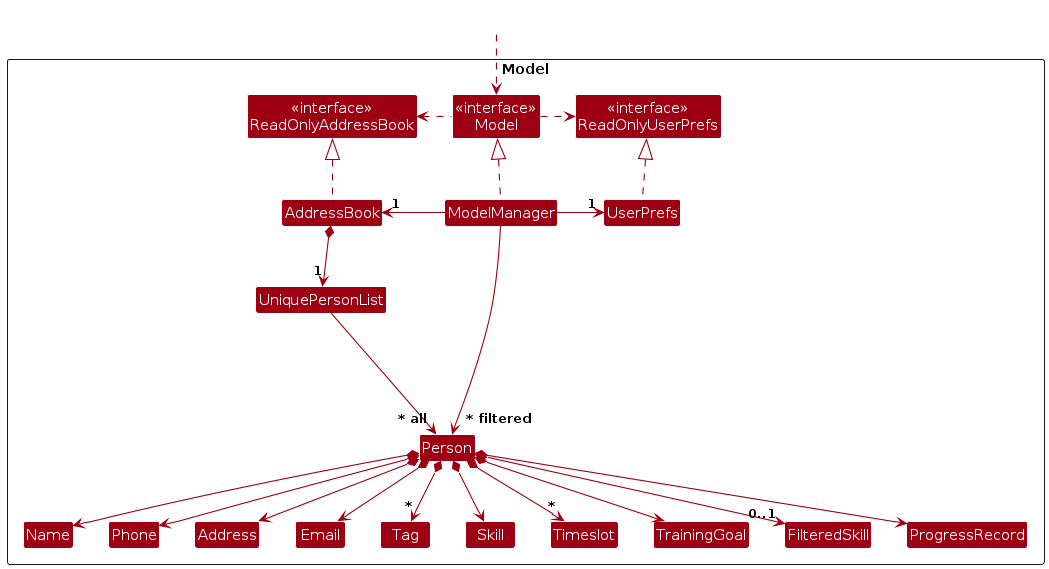
The PlantUML diagram diagrams/ModelClassDiagram.png in choppyback/tp, before a commit. Its source is kept beside it as diagrams/ModelClassDiagram.puml.
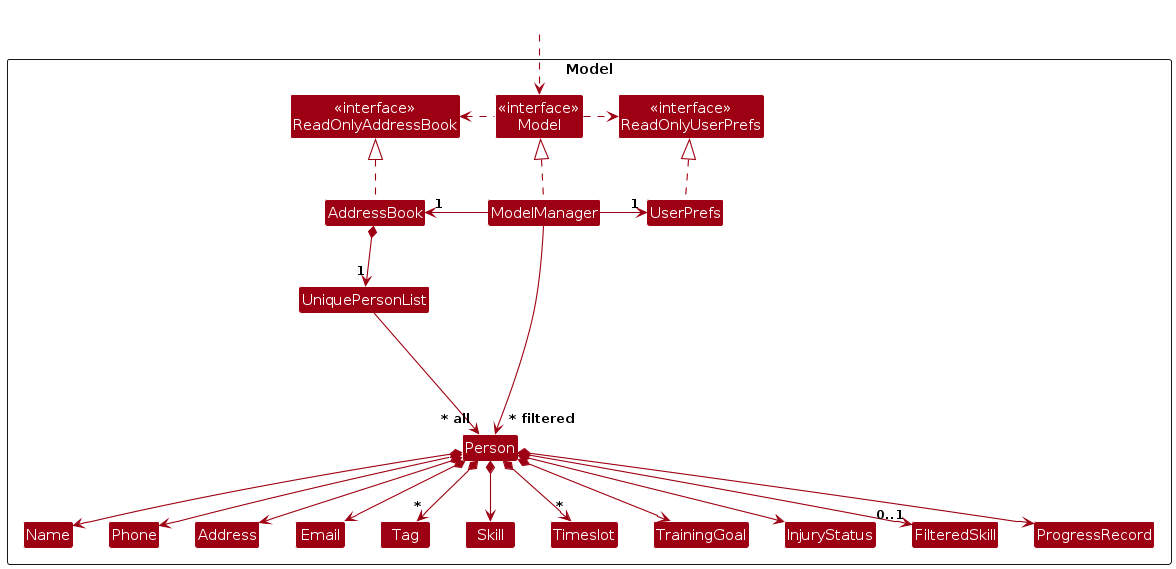
Above is the later version.

Change to the diagram source:
```diff
@@ -22,6 +22,7 @@
 Class Skill
 Class Timeslot
 Class TrainingGoal
+Class InjuryStatus
 Class FilteredSkill
 Class ProgressRecord
 
@@ -50,6 +51,7 @@
 Person *--> Skill
 Person *--> "*" Timeslot
 Person *--> TrainingGoal
+Person *--> InjuryStatus
 Person *--> "0..1" FilteredSkill
 Person *--> ProgressRecord
 
```
